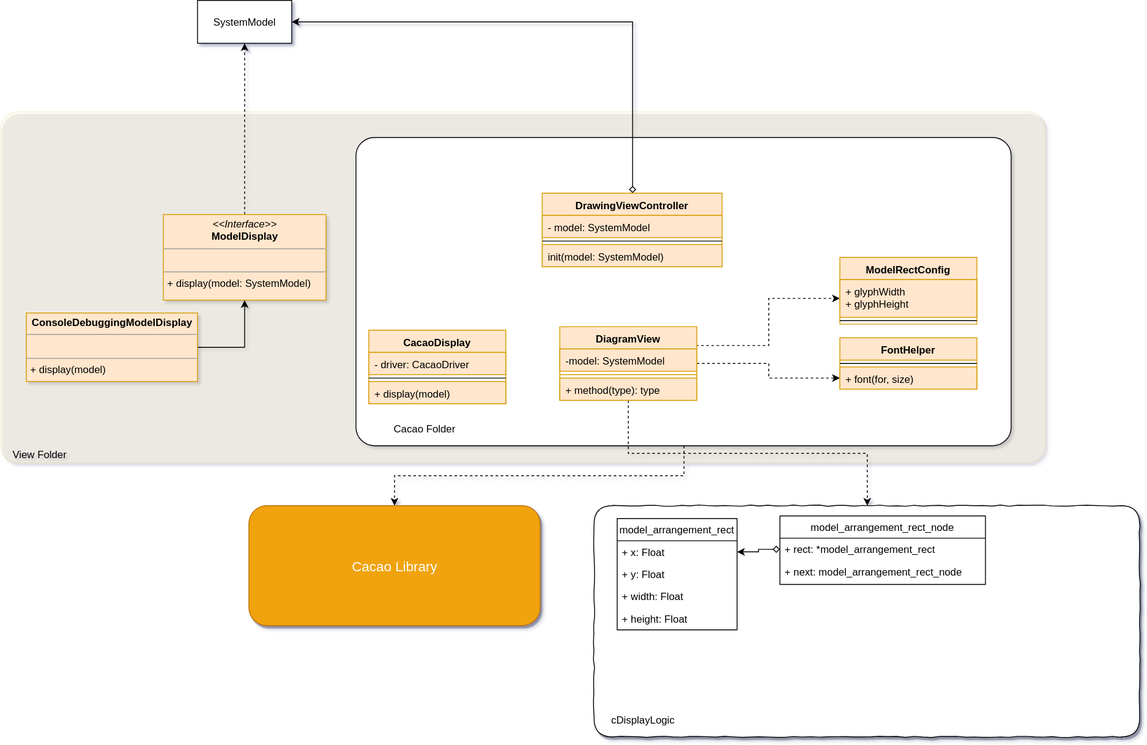
The draw.io diagram Docs/resource/SwiftCodeHelper-View.svg in kevinvandenbreemen/SwiftCodeHelper, before a commit. Source tidied: cells renumbered, new cells last; positions are measured from the earlier drawing's top-left corner, leaving out a move shared by most shapes.
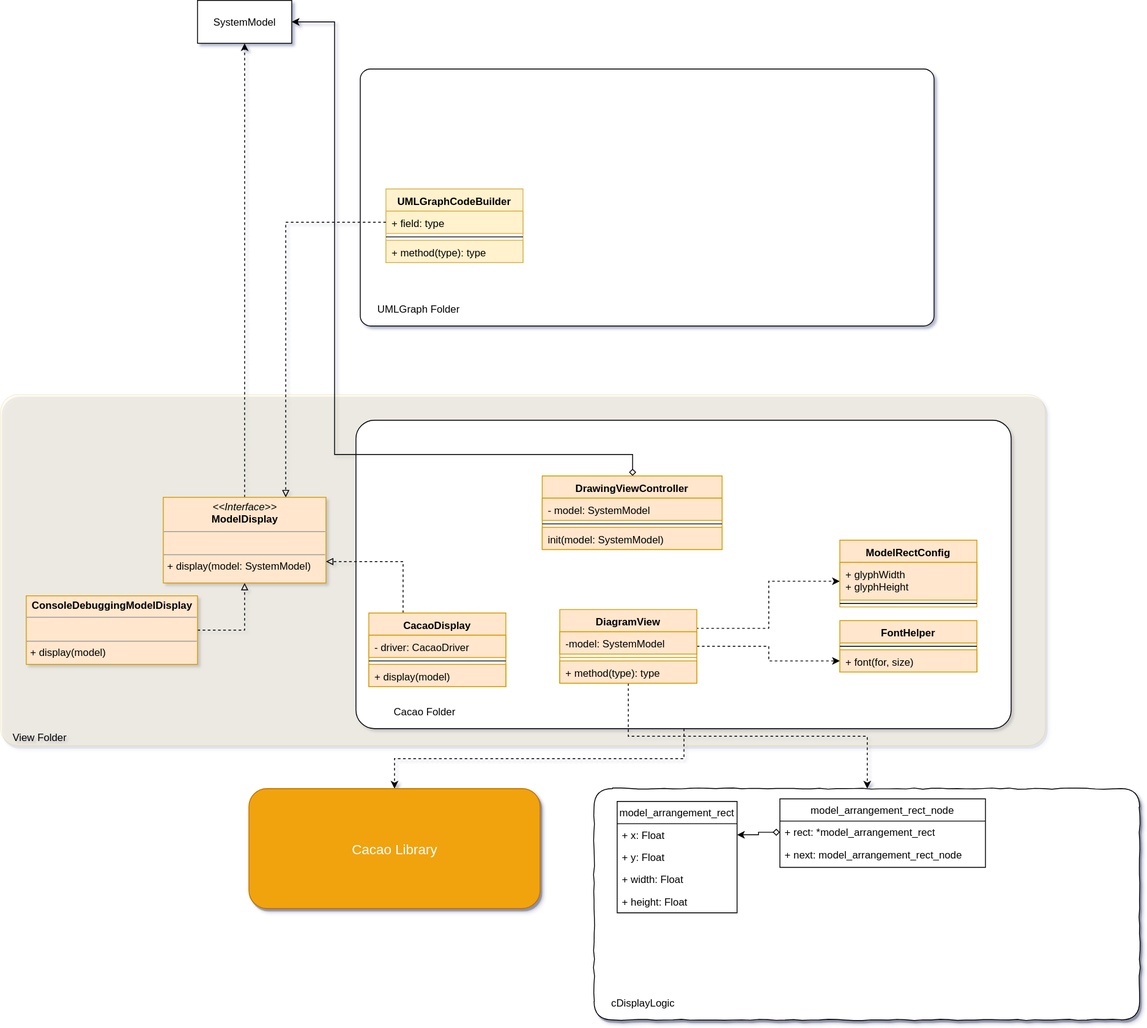
Later version of the same file.

The edit, as a diff of the source:
```diff
@@ -2,6 +2,9 @@
   <root>
     <mxCell id="0" />
     <mxCell id="1" parent="0" />
+    <mxCell id="46" style="rounded=1;whiteSpace=wrap;html=1;arcSize=4;" parent="1" vertex="1">
+      <mxGeometry x="420" y="-250" width="670" height="300" as="geometry" />
+    </mxCell>
     <mxCell id="2" style="rounded=1;whiteSpace=wrap;html=1;arcSize=5;fillColor=#fff2cc;strokeColor=#d6b656;opacity=20;glass=0;comic=0;shadow=1;" parent="1" vertex="1">
       <mxGeometry y="130" width="1220" height="410" as="geometry" />
     </mxCell>
@@ -14,7 +17,7 @@
     <mxCell id="5" style="rounded=1;whiteSpace=wrap;html=1;shadow=0;arcSize=6;" parent="1" vertex="1">
       <mxGeometry x="415" y="160" width="765" height="360" as="geometry" />
     </mxCell>
-    <mxCell id="6" style="edgeStyle=orthogonalEdgeStyle;rounded=0;jettySize=auto;html=1;exitX=1;exitY=0.5;exitDx=0;exitDy=0;entryX=0.5;entryY=1;entryDx=0;entryDy=0;" parent="1" edge="1" source="8" target="9">
+    <mxCell id="6" style="edgeStyle=orthogonalEdgeStyle;rounded=0;jettySize=auto;html=1;exitX=1;exitY=0.5;exitDx=0;exitDy=0;entryX=0.5;entryY=1;entryDx=0;entryDy=0;endArrow=block;endFill=0;dashed=1;" parent="1" edge="1" source="8" target="9">
       <mxGeometry relative="1" as="geometry">
         <Array as="points">
           <mxPoint x="285" y="405" />
@@ -31,7 +34,7 @@
       <mxGeometry x="190" y="250" width="190" height="100" as="geometry" />
     </mxCell>
     <mxCell id="10" value="SystemModel" style="html=1;" parent="1" vertex="1">
-      <mxGeometry x="230" width="110" height="50" as="geometry" />
+      <mxGeometry x="230" y="-330" width="110" height="50" as="geometry" />
     </mxCell>
     <mxCell id="11" value="View Folder" style="text;html=1;strokeColor=none;fillColor=none;align=center;verticalAlign=middle;whiteSpace=wrap;rounded=0;" parent="1" vertex="1">
       <mxGeometry x="10" y="520" width="70" height="20" as="geometry" />
@@ -39,6 +42,9 @@
     <mxCell id="12" value="&lt;font style=&quot;font-size: 16px&quot;&gt;Cacao Library&lt;/font&gt;" style="rounded=1;whiteSpace=wrap;html=1;shadow=1;fillColor=#f0a30a;strokeColor=#BD7000;fontColor=#ffffff;" parent="1" vertex="1">
       <mxGeometry x="290" y="590" width="340" height="140" as="geometry" />
     </mxCell>
+    <mxCell id="47" style="edgeStyle=orthogonalEdgeStyle;rounded=0;jettySize=auto;html=1;exitX=0.25;exitY=0;exitDx=0;exitDy=0;entryX=1;entryY=0.75;entryDx=0;entryDy=0;dashed=1;endArrow=block;endFill=0;" parent="1" edge="1" source="13" target="9">
+      <mxGeometry relative="1" as="geometry" />
+    </mxCell>
     <mxCell id="13" value="CacaoDisplay" style="swimlane;fontStyle=1;align=center;verticalAlign=top;horizontal=1;startSize=26;rounded=0;shadow=0;fillColor=#ffe6cc;strokeColor=#d79b00;" parent="1" vertex="1">
       <mxGeometry x="430" y="385" width="160" height="86" as="geometry" />
     </mxCell>
@@ -52,7 +58,13 @@
       <mxGeometry y="60" width="160" height="26" as="geometry" />
     </mxCell>
     <mxCell id="17" style="edgeStyle=orthogonalEdgeStyle;rounded=0;jettySize=auto;html=1;exitX=0.5;exitY=0;exitDx=0;exitDy=0;entryX=1;entryY=0.5;entryDx=0;entryDy=0;startArrow=diamond;startFill=0;" parent="1" edge="1" source="20" target="10">
-      <mxGeometry relative="1" as="geometry" />
+      <mxGeometry relative="1" as="geometry">
+        <Array as="points">
+          <mxPoint x="738" y="200" />
+          <mxPoint x="390" y="200" />
+          <mxPoint x="390" y="-305" />
+        </Array>
+      </mxGeometry>
     </mxCell>
     <mxCell id="18" style="edgeStyle=orthogonalEdgeStyle;rounded=0;jettySize=auto;html=1;exitX=1;exitY=0.5;exitDx=0;exitDy=0;entryX=0;entryY=0.5;entryDx=0;entryDy=0;dashed=1;" parent="1" edge="1" source="26" target="42">
       <mxGeometry relative="1" as="geometry" />
@@ -138,5 +150,23 @@
     <mxCell id="45" style="line;strokeWidth=1;fillColor=none;align=left;verticalAlign=middle;spacingTop=-1;spacingLeft=3;spacingRight=3;labelPosition=right;" parent="43" vertex="1">
       <mxGeometry y="70" width="160" height="8" as="geometry" />
     </mxCell>
+    <mxCell id="48" value="UMLGraph Folder" style="text;html=1;strokeColor=none;fillColor=none;align=center;verticalAlign=middle;whiteSpace=wrap;rounded=0;" parent="1" vertex="1">
+      <mxGeometry x="420" y="20" width="135" height="20" as="geometry" />
+    </mxCell>
+    <mxCell id="49" value="UMLGraphCodeBuilder" style="swimlane;fontStyle=1;align=center;verticalAlign=top;horizontal=1;startSize=26;fillColor=#fff2cc;strokeColor=#d6b656;" parent="1" vertex="1">
+      <mxGeometry x="450" y="-110" width="160" height="86" as="geometry" />
+    </mxCell>
+    <mxCell id="50" value="+ field: type" style="text;strokeColor=#d6b656;fillColor=#fff2cc;align=left;verticalAlign=top;spacingLeft=4;spacingRight=4;overflow=hidden;points=[[0,0.5],[1,0.5]];portConstraint=eastwest;" parent="49" vertex="1">
+      <mxGeometry y="26" width="160" height="26" as="geometry" />
+    </mxCell>
+    <mxCell id="51" style="line;strokeWidth=1;fillColor=none;align=left;verticalAlign=middle;spacingTop=-1;spacingLeft=3;spacingRight=3;labelPosition=right;" parent="49" vertex="1">
+      <mxGeometry y="52" width="160" height="8" as="geometry" />
+    </mxCell>
+    <mxCell id="52" value="+ method(type): type" style="text;strokeColor=#d6b656;fillColor=#fff2cc;align=left;verticalAlign=top;spacingLeft=4;spacingRight=4;overflow=hidden;" parent="49" vertex="1">
+      <mxGeometry y="60" width="160" height="26" as="geometry" />
+    </mxCell>
+    <mxCell id="53" style="edgeStyle=orthogonalEdgeStyle;rounded=0;jettySize=auto;html=1;exitX=0;exitY=0.5;exitDx=0;exitDy=0;entryX=0.75;entryY=0;entryDx=0;entryDy=0;dashed=1;endArrow=block;endFill=0;" parent="1" edge="1" source="50" target="9">
+      <mxGeometry relative="1" as="geometry" />
+    </mxCell>
   </root>
 </mxGraphModel>
```
